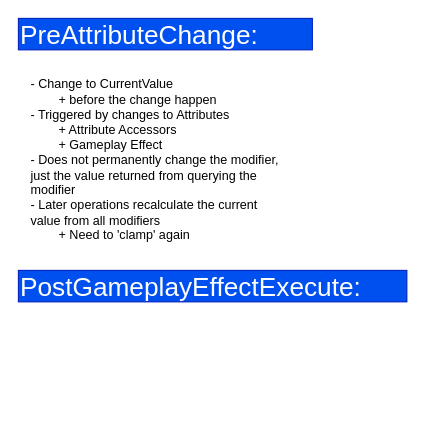
Before: page "SettingAttributeSet" (10 of 10) of GAS flow.drawio in HungBuii/L-GAS, a draw.io diagram. Source tidied: cells renumbered, new cells numbered last; positions are measured from the earlier drawing's top-left corner, leaving out a move shared by most shapes. Both pictures are drawn from the tidied source at 105%, with x=0, y=0 at pixel (18, 18).
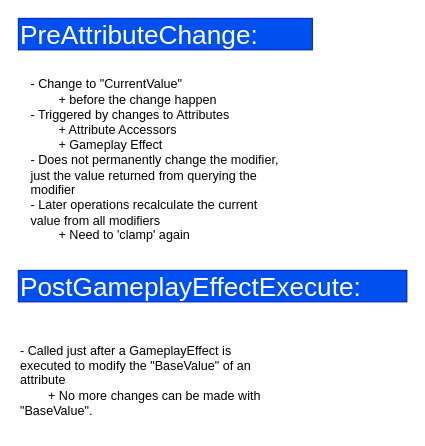
The same page after the edit.

What changed in the source:
```diff
@@
 <mxGraphModel>
   <root>
     <mxCell id="0" />
     <mxCell id="1" parent="0" />
     <mxCell id="2" value="&lt;font style=&quot;font-size: 25px;&quot;&gt;PreAttributeChange:&lt;/font&gt;" style="text;html=1;whiteSpace=wrap;strokeColor=#001DBC;fillColor=#0050ef;align=left;verticalAlign=middle;rounded=0;fontColor=#ffffff;" parent="1" vertex="1">
       <mxGeometry width="280" height="30" as="geometry" />
     </mxCell>
-    <mxCell id="3" value="- Change to CurrentValue&lt;div&gt;&lt;span style=&quot;white-space: pre;&quot;&gt;&#9;&lt;/span&gt;+ before the change happen&lt;br&gt;&lt;/div&gt;&lt;div&gt;- Triggered by changes to Attributes&lt;/div&gt;&lt;div&gt;&lt;span style=&quot;white-space: pre;&quot;&gt;&#9;&lt;/span&gt;+ Attribute Accessors&lt;br&gt;&lt;/div&gt;&lt;div&gt;&lt;span style=&quot;white-space: pre;&quot;&gt;&#9;&lt;/span&gt;+ Gameplay Effect&lt;br&gt;&lt;/div&gt;&lt;div&gt;- Does not permanently change the modifier, just the value returned from querying the modifier&lt;/div&gt;&lt;div&gt;- Later operations recalculate the current value from all modifiers&lt;/div&gt;&lt;div&gt;&lt;span style=&quot;white-space: pre;&quot;&gt;&#9;&lt;/span&gt;+ Need to 'clamp' again&lt;br&gt;&lt;/div&gt;" style="text;html=1;whiteSpace=wrap;strokeColor=none;fillColor=none;align=left;verticalAlign=middle;rounded=0;" parent="1" vertex="1">
+    <mxCell id="3" value="- Change to &quot;CurrentValue&quot;&lt;div&gt;&lt;span style=&quot;white-space: pre;&quot;&gt;&#9;&lt;/span&gt;+ before the change happen&lt;br&gt;&lt;/div&gt;&lt;div&gt;- Triggered by changes to Attributes&lt;/div&gt;&lt;div&gt;&lt;span style=&quot;white-space: pre;&quot;&gt;&#9;&lt;/span&gt;+ Attribute Accessors&lt;br&gt;&lt;/div&gt;&lt;div&gt;&lt;span style=&quot;white-space: pre;&quot;&gt;&#9;&lt;/span&gt;+ Gameplay Effect&lt;br&gt;&lt;/div&gt;&lt;div&gt;- Does not permanently change the modifier, just the value returned from querying the modifier&lt;/div&gt;&lt;div&gt;- Later operations recalculate the current value from all modifiers&lt;/div&gt;&lt;div&gt;&lt;span style=&quot;white-space: pre;&quot;&gt;&#9;&lt;/span&gt;+ Need to 'clamp' again&lt;br&gt;&lt;/div&gt;" style="text;html=1;whiteSpace=wrap;strokeColor=none;fillColor=none;align=left;verticalAlign=middle;rounded=0;" parent="1" vertex="1">
       <mxGeometry x="10" y="40" width="250" height="190" as="geometry" />
     </mxCell>
     <mxCell id="4" value="&lt;font style=&quot;font-size: 25px;&quot;&gt;PostGameplayEffectExecute:&lt;/font&gt;" style="text;html=1;whiteSpace=wrap;strokeColor=#001DBC;fillColor=#0050ef;align=left;verticalAlign=middle;rounded=0;fontColor=#ffffff;" parent="1" vertex="1">
       <mxGeometry y="240" width="370" height="30" as="geometry" />
     </mxCell>
+    <mxCell id="5" value="-&amp;nbsp;Called just after a GameplayEffect is executed to modify the &quot;BaseValue&quot; of an attribute&lt;div&gt;&lt;span style=&quot;white-space: pre;&quot;&gt;&#9;&lt;/span&gt;+&amp;nbsp;No more changes can be made with &quot;BaseValue&quot;.&lt;br&gt;&lt;/div&gt;" style="text;html=1;whiteSpace=wrap;strokeColor=none;fillColor=none;align=left;verticalAlign=middle;rounded=0;" parent="1" vertex="1">
+      <mxGeometry y="300" width="250" height="90" as="geometry" />
+    </mxCell>
   </root>
 </mxGraphModel>
```
